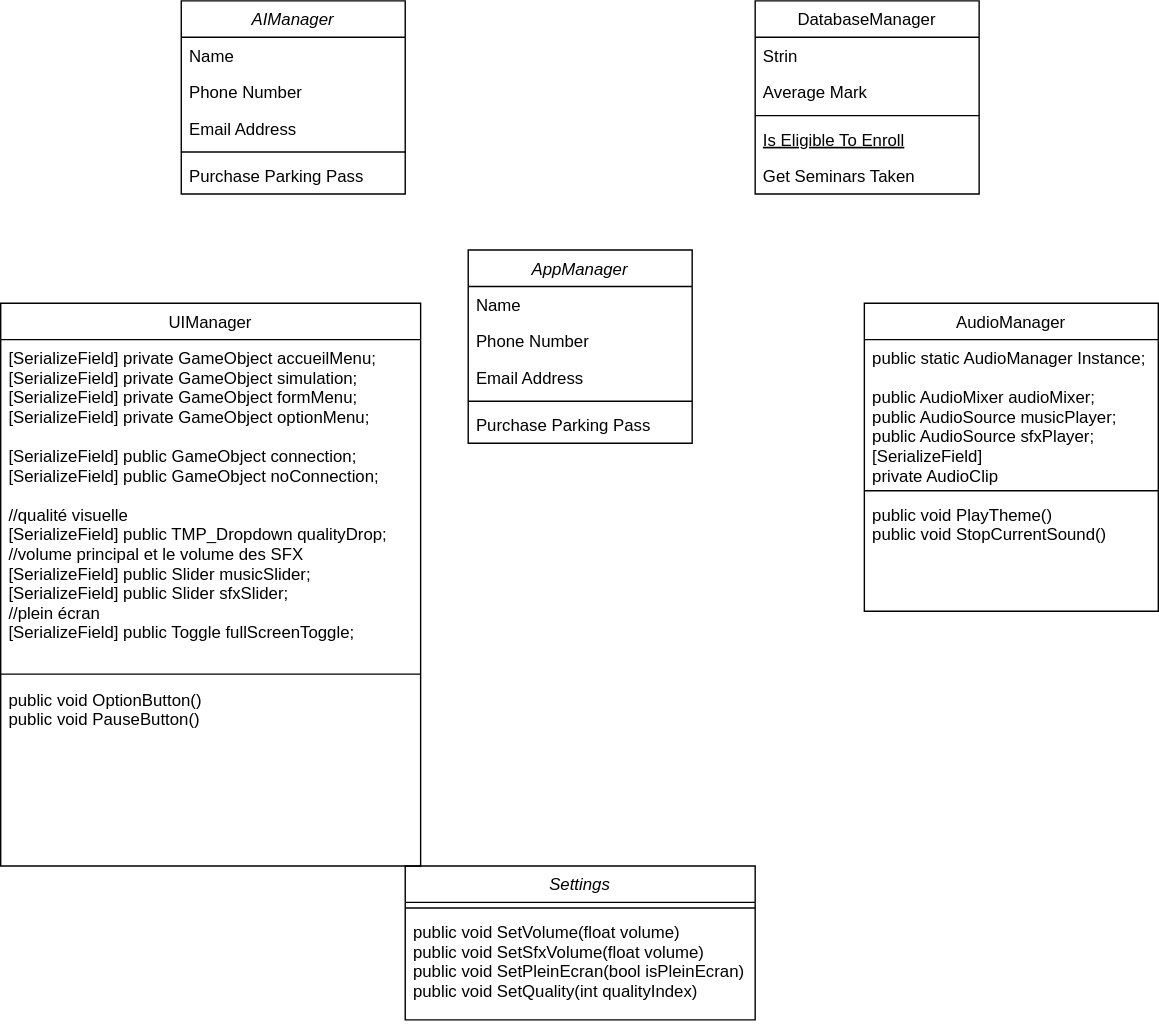
Before: Stage.drawio.svg, a diagram exported from draw.io (Ashura100/ProjetStage). Source tidied: cells renumbered, new cells last; positions are measured from the earlier drawing's top-left corner, leaving out a move shared by most shapes.
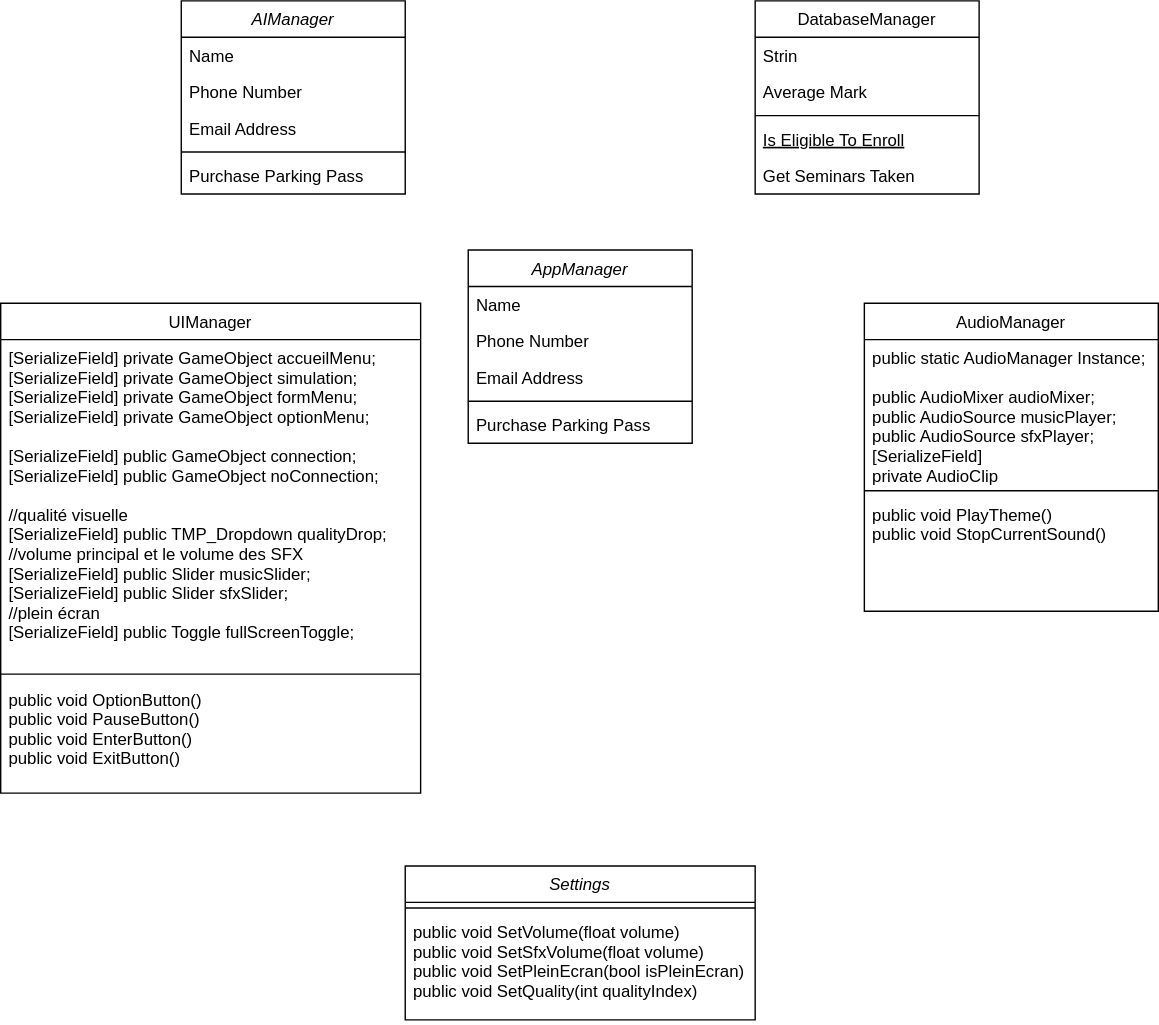
Above is the later version.

Commit message:
Mettre à jour Stage.drawio.svg

Change to the diagram source:
```diff
@@ -30,7 +30,7 @@
       <mxGeometry y="112" width="160" height="26" as="geometry" />
     </mxCell>
     <mxCell id="11" value="UIManager" style="swimlane;fontStyle=0;align=center;verticalAlign=top;horizontal=1;startSize=26;rounded=0;shadow=0;strokeWidth=1;" parent="1" vertex="1">
-      <mxGeometry y="216" width="300" height="402" as="geometry" />
+      <mxGeometry y="216" width="300" height="350" as="geometry" />
     </mxCell>
     <mxCell id="12" value="[SerializeField] private GameObject accueilMenu;&#10;[SerializeField] private GameObject simulation;&#10;[SerializeField] private GameObject formMenu;&#10;[SerializeField] private GameObject optionMenu;&#10;&#10;[SerializeField] public GameObject connection;&#10;[SerializeField] public GameObject noConnection;&#10;&#10;//qualité visuelle&#10;[SerializeField] public TMP_Dropdown qualityDrop;&#10;//volume principal et le volume des SFX&#10;[SerializeField] public Slider musicSlider;&#10;[SerializeField] public Slider sfxSlider;&#10;//plein écran&#10;[SerializeField] public Toggle fullScreenToggle;" style="text;align=left;verticalAlign=top;spacingLeft=4;spacingRight=4;overflow=hidden;" parent="11" vertex="1">
       <mxGeometry y="26" width="300" height="234" as="geometry" />
@@ -38,8 +38,8 @@
     <mxCell id="13" style="line;html=1;strokeWidth=1;align=left;verticalAlign=middle;spacingTop=-1;spacingLeft=3;spacingRight=3;labelPosition=right;" parent="11" vertex="1">
       <mxGeometry y="260" width="300" height="10" as="geometry" />
     </mxCell>
-    <mxCell id="14" value="public void OptionButton()&#10;public void PauseButton()" style="text;align=left;verticalAlign=top;spacingLeft=4;spacingRight=4;overflow=hidden;" parent="11" vertex="1">
-      <mxGeometry y="270" width="300" height="62" as="geometry" />
+    <mxCell id="14" value="public void OptionButton()&#10;public void PauseButton()&#10;public void EnterButton()&#10;public void ExitButton()" style="text;align=left;verticalAlign=top;spacingLeft=4;spacingRight=4;overflow=hidden;" parent="11" vertex="1">
+      <mxGeometry y="270" width="300" height="80" as="geometry" />
     </mxCell>
     <mxCell id="15" value="AudioManager" style="swimlane;fontStyle=0;align=center;verticalAlign=top;horizontal=1;startSize=26;rounded=0;shadow=0;strokeWidth=1;" parent="1" vertex="1">
       <mxGeometry x="617" y="216" width="210" height="220" as="geometry" />
```
